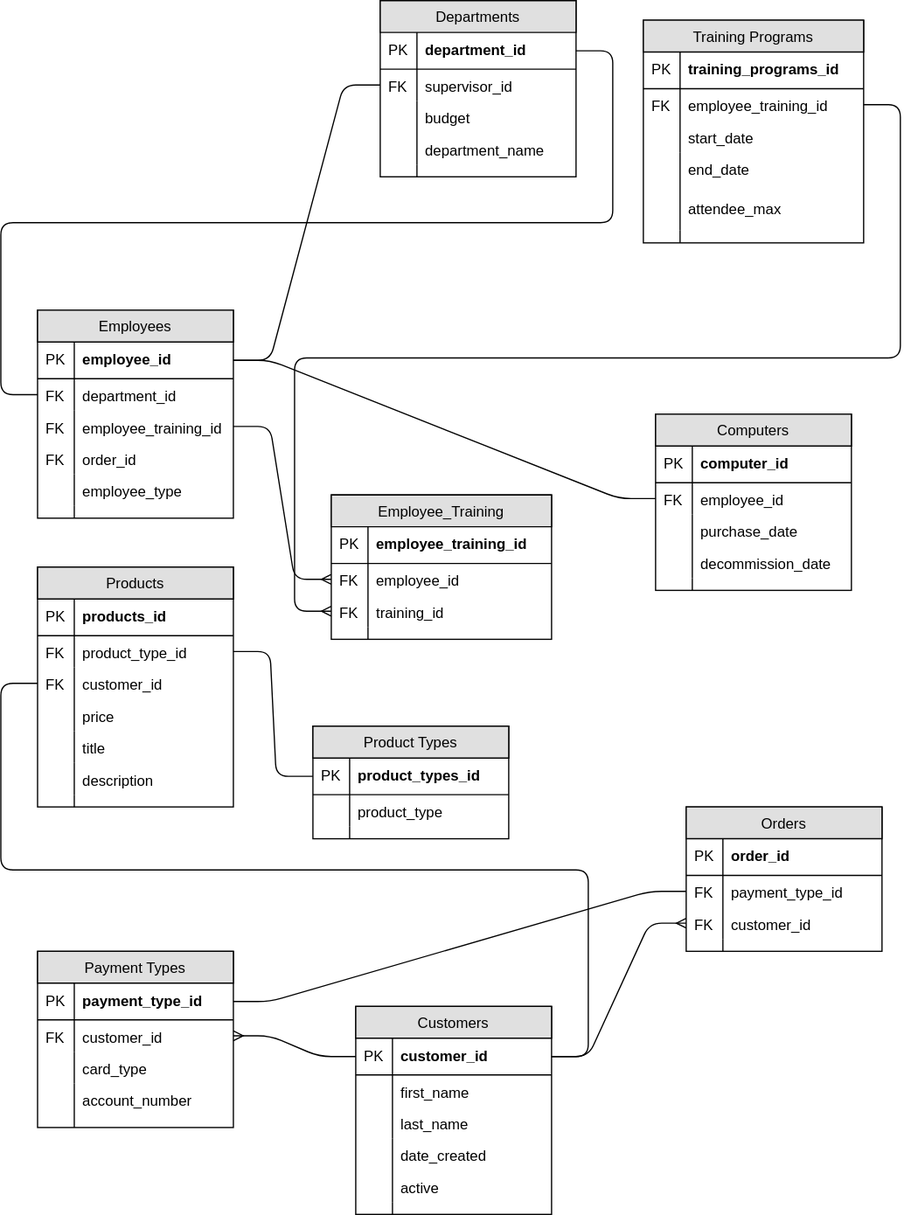
joshualloyd/bangazon-erd keeps this draw.io diagram as bangazon_erd.svg. Above is the earlier version. Source tidied: cells renumbered, new cells last; positions are measured from the earlier drawing's top-left corner, leaving out a move shared by most shapes.
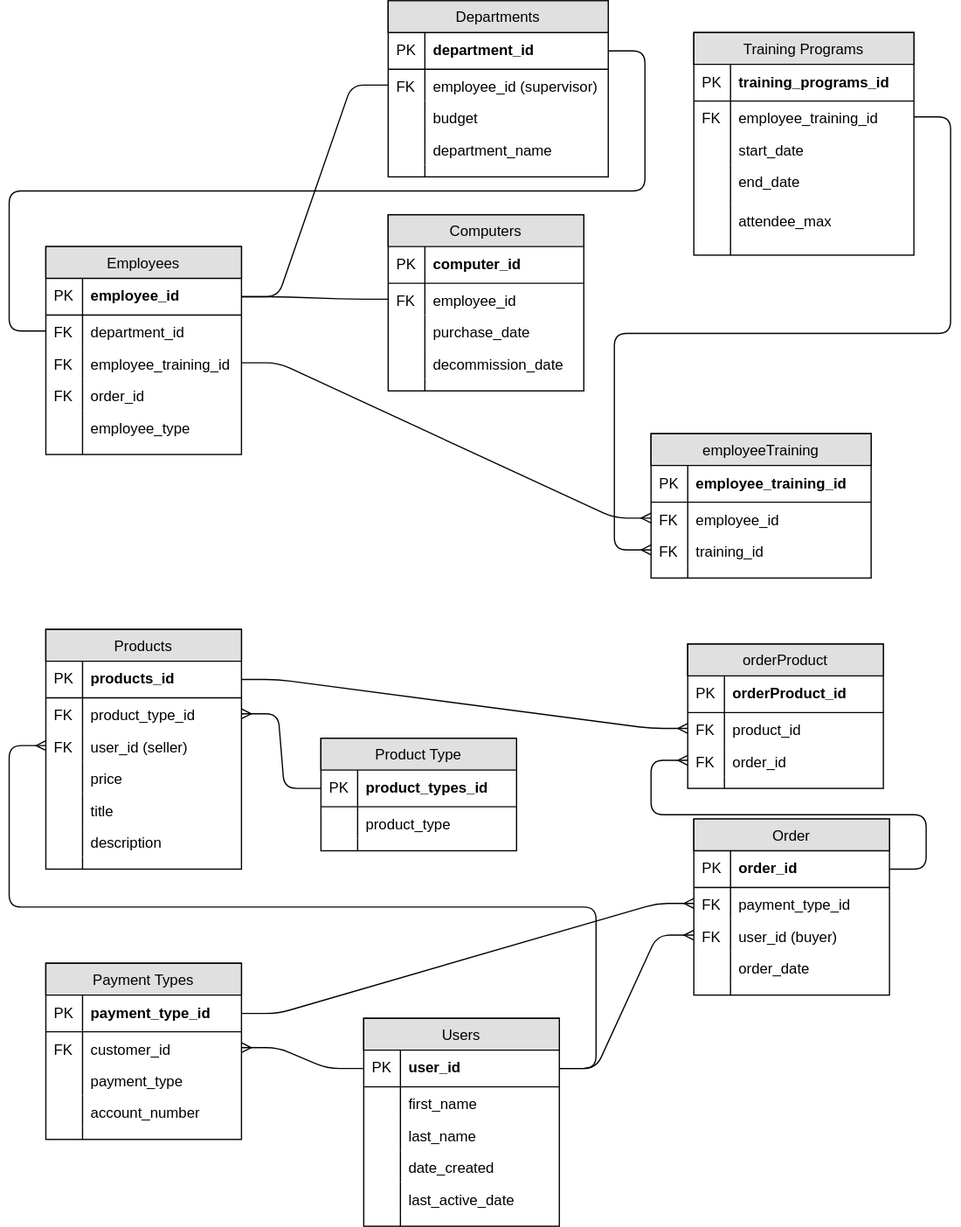
Above is the later version.

What changed in the source:
```diff
@@ -5,3 +5,3 @@
     <mxCell id="2" value="Employees" style="swimlane;fontStyle=0;horizontal=1;startSize=26;fillColor=#e0e0e0;swimlaneFillColor=#ffffff;align=center;strokeColor=#000000;" parent="1" vertex="1">
-      <mxGeometry y="253" width="160" height="170" as="geometry" />
+      <mxGeometry y="191" width="160" height="170" as="geometry" />
     </mxCell>
@@ -44,6 +44,6 @@
     <mxCell id="15" value="Departments" style="swimlane;fontStyle=0;horizontal=1;startSize=26;fillColor=#e0e0e0;swimlaneFillColor=#ffffff;align=center;strokeColor=#000000;" parent="1" vertex="1">
-      <mxGeometry x="280" width="160" height="144" as="geometry" />
+      <mxGeometry x="280" y="-10" width="180" height="144" as="geometry" />
     </mxCell>
     <mxCell id="16" value="department_id" style="shape=partialRectangle;top=0;left=0;right=0;bottom=1;align=left;verticalAlign=middle;fillColor=none;spacingLeft=34;spacingRight=4;overflow=hidden;points=[[0,0.5],[1,0.5]];portConstraint=eastwest;fontStyle=1;" parent="15" vertex="1">
-      <mxGeometry y="26" width="160" height="30" as="geometry" />
+      <mxGeometry y="26" width="180" height="30" as="geometry" />
     </mxCell>
@@ -52,4 +52,4 @@
     </mxCell>
-    <mxCell id="18" value="supervisor_id" style="shape=partialRectangle;top=0;left=0;right=0;bottom=0;align=left;verticalAlign=top;fillColor=none;spacingLeft=34;spacingRight=4;overflow=hidden;points=[[0,0.5],[1,0.5]];portConstraint=eastwest;" parent="15" vertex="1">
-      <mxGeometry y="56" width="160" height="26" as="geometry" />
+    <mxCell id="18" value="employee_id (supervisor)" style="shape=partialRectangle;top=0;left=0;right=0;bottom=0;align=left;verticalAlign=top;fillColor=none;spacingLeft=34;spacingRight=4;overflow=hidden;points=[[0,0.5],[1,0.5]];portConstraint=eastwest;" parent="15" vertex="1">
+      <mxGeometry y="56" width="180" height="26" as="geometry" />
     </mxCell>
@@ -59,3 +59,3 @@
     <mxCell id="20" value="budget" style="shape=partialRectangle;top=0;left=0;right=0;bottom=0;align=left;verticalAlign=top;fillColor=none;spacingLeft=34;spacingRight=4;overflow=hidden;" parent="15" vertex="1">
-      <mxGeometry y="82" width="160" height="26" as="geometry" />
+      <mxGeometry y="82" width="180" height="26" as="geometry" />
     </mxCell>
@@ -65,3 +65,3 @@
     <mxCell id="22" value="department_name" style="shape=partialRectangle;top=0;left=0;right=0;bottom=0;align=left;verticalAlign=top;fillColor=none;spacingLeft=34;spacingRight=4;overflow=hidden;" parent="15" vertex="1">
-      <mxGeometry y="108" width="160" height="26" as="geometry" />
+      <mxGeometry y="108" width="180" height="26" as="geometry" />
     </mxCell>
@@ -71,3 +71,3 @@
     <mxCell id="24" style="shape=partialRectangle;top=0;left=0;right=0;bottom=0;align=left;verticalAlign=top;fillColor=none;spacingLeft=34;spacingRight=4;overflow=hidden;" parent="15" vertex="1">
-      <mxGeometry y="134" width="160" height="10" as="geometry" />
+      <mxGeometry y="134" width="180" height="10" as="geometry" />
     </mxCell>
@@ -77,3 +77,3 @@
     <mxCell id="26" value="Computers" style="swimlane;fontStyle=0;horizontal=1;startSize=26;fillColor=#e0e0e0;swimlaneFillColor=#ffffff;align=center;strokeColor=#000000;" parent="1" vertex="1">
-      <mxGeometry x="505" y="338" width="160" height="144" as="geometry" />
+      <mxGeometry x="280" y="165" width="160" height="144" as="geometry" />
     </mxCell>
@@ -109,4 +109,4 @@
     </mxCell>
-    <mxCell id="37" value="Employee_Training" style="swimlane;fontStyle=0;horizontal=1;startSize=26;fillColor=#e0e0e0;swimlaneFillColor=#ffffff;align=center;strokeColor=#000000;" parent="1" vertex="1">
-      <mxGeometry x="240" y="404" width="180" height="118" as="geometry" />
+    <mxCell id="37" value="employeeTraining" style="swimlane;fontStyle=0;horizontal=1;startSize=26;fillColor=#e0e0e0;swimlaneFillColor=#ffffff;align=center;strokeColor=#000000;" parent="1" vertex="1">
+      <mxGeometry x="495" y="344" width="180" height="118" as="geometry" />
     </mxCell>
@@ -136,3 +136,3 @@
     </mxCell>
-    <mxCell id="46" value="Product Types" style="swimlane;fontStyle=0;horizontal=1;startSize=26;fillColor=#e0e0e0;swimlaneFillColor=#ffffff;align=center;strokeColor=#000000;" parent="1" vertex="1">
+    <mxCell id="46" value="Product Type" style="swimlane;fontStyle=0;horizontal=1;startSize=26;fillColor=#e0e0e0;swimlaneFillColor=#ffffff;align=center;strokeColor=#000000;" parent="1" vertex="1">
       <mxGeometry x="225" y="593" width="160" height="92" as="geometry" />
@@ -158,3 +158,3 @@
     <mxCell id="53" value="Products" style="swimlane;fontStyle=0;horizontal=1;startSize=26;fillColor=#e0e0e0;swimlaneFillColor=#ffffff;align=center;strokeColor=#000000;" parent="1" vertex="1">
-      <mxGeometry y="463" width="160" height="196" as="geometry" />
+      <mxGeometry y="504" width="160" height="196" as="geometry" />
     </mxCell>
@@ -172,3 +172,3 @@
     </mxCell>
-    <mxCell id="58" value="customer_id" style="shape=partialRectangle;top=0;left=0;right=0;bottom=0;align=left;verticalAlign=top;fillColor=none;spacingLeft=34;spacingRight=4;overflow=hidden;points=[[0,0.5],[1,0.5]];portConstraint=eastwest;" parent="53" vertex="1">
+    <mxCell id="58" value="user_id (seller)" style="shape=partialRectangle;top=0;left=0;right=0;bottom=0;align=left;verticalAlign=top;fillColor=none;spacingLeft=34;spacingRight=4;overflow=hidden;points=[[0,0.5],[1,0.5]];portConstraint=eastwest;" parent="53" vertex="1">
       <mxGeometry y="82" width="160" height="26" as="geometry" />
@@ -217,3 +217,3 @@
     </mxCell>
-    <mxCell id="73" value="card_type" style="shape=partialRectangle;top=0;left=0;right=0;bottom=0;align=left;verticalAlign=top;fillColor=none;spacingLeft=34;spacingRight=4;overflow=hidden;" parent="68" vertex="1">
+    <mxCell id="73" value="payment_type" style="shape=partialRectangle;top=0;left=0;right=0;bottom=0;align=left;verticalAlign=top;fillColor=none;spacingLeft=34;spacingRight=4;overflow=hidden;" parent="68" vertex="1">
       <mxGeometry y="82" width="160" height="26" as="geometry" />
@@ -235,6 +235,6 @@
     </mxCell>
-    <mxCell id="79" value="Customers" style="swimlane;fontStyle=0;horizontal=1;startSize=26;fillColor=#e0e0e0;swimlaneFillColor=#ffffff;align=center;strokeColor=#000000;" parent="1" vertex="1">
+    <mxCell id="79" value="Users" style="swimlane;fontStyle=0;horizontal=1;startSize=26;fillColor=#e0e0e0;swimlaneFillColor=#ffffff;align=center;strokeColor=#000000;" parent="1" vertex="1">
       <mxGeometry x="260" y="822" width="160" height="170" as="geometry" />
     </mxCell>
-    <mxCell id="80" value="customer_id" style="shape=partialRectangle;top=0;left=0;right=0;bottom=1;align=left;verticalAlign=middle;fillColor=none;spacingLeft=34;spacingRight=4;overflow=hidden;points=[[0,0.5],[1,0.5]];portConstraint=eastwest;fontStyle=1;" parent="79" vertex="1">
+    <mxCell id="80" value="user_id" style="shape=partialRectangle;top=0;left=0;right=0;bottom=1;align=left;verticalAlign=middle;fillColor=none;spacingLeft=34;spacingRight=4;overflow=hidden;points=[[0,0.5],[1,0.5]];portConstraint=eastwest;fontStyle=1;" parent="79" vertex="1">
       <mxGeometry y="26" width="160" height="30" as="geometry" />
@@ -262,3 +262,3 @@
     </mxCell>
-    <mxCell id="88" value="active" style="shape=partialRectangle;top=0;left=0;right=0;bottom=0;align=left;verticalAlign=top;fillColor=none;spacingLeft=34;spacingRight=4;overflow=hidden;" parent="79" vertex="1">
+    <mxCell id="88" value="last_active_date" style="shape=partialRectangle;top=0;left=0;right=0;bottom=0;align=left;verticalAlign=top;fillColor=none;spacingLeft=34;spacingRight=4;overflow=hidden;" parent="79" vertex="1">
       <mxGeometry y="134" width="160" height="26" as="geometry" />
@@ -275,3 +275,3 @@
     <mxCell id="92" value="Training Programs" style="swimlane;fontStyle=0;horizontal=1;startSize=26;fillColor=#e0e0e0;swimlaneFillColor=#ffffff;align=center;strokeColor=#000000;" parent="1" vertex="1">
-      <mxGeometry x="495" y="16" width="180" height="182" as="geometry" />
+      <mxGeometry x="530" y="16" width="180" height="182" as="geometry" />
     </mxCell>
@@ -313,4 +313,4 @@
     </mxCell>
-    <mxCell id="105" value="Orders" style="swimlane;fontStyle=0;horizontal=1;startSize=26;fillColor=#e0e0e0;swimlaneFillColor=#ffffff;align=center;strokeColor=#000000;" parent="1" vertex="1">
-      <mxGeometry x="530" y="659" width="160" height="118" as="geometry" />
+    <mxCell id="105" value="Order" style="swimlane;fontStyle=0;horizontal=1;startSize=26;fillColor=#e0e0e0;swimlaneFillColor=#ffffff;align=center;strokeColor=#000000;" parent="1" vertex="1">
+      <mxGeometry x="530" y="659" width="160" height="144" as="geometry" />
     </mxCell>
@@ -328,3 +328,3 @@
     </mxCell>
-    <mxCell id="110" value="customer_id" style="shape=partialRectangle;top=0;left=0;right=0;bottom=0;align=left;verticalAlign=top;fillColor=none;spacingLeft=34;spacingRight=4;overflow=hidden;points=[[0,0.5],[1,0.5]];portConstraint=eastwest;" parent="105" vertex="1">
+    <mxCell id="110" value="user_id (buyer)" style="shape=partialRectangle;top=0;left=0;right=0;bottom=0;align=left;verticalAlign=top;fillColor=none;spacingLeft=34;spacingRight=4;overflow=hidden;points=[[0,0.5],[1,0.5]];portConstraint=eastwest;" parent="105" vertex="1">
       <mxGeometry y="82" width="160" height="26" as="geometry" />
@@ -334,4 +334,10 @@
     </mxCell>
+    <mxCell id="124" value="order_date" style="shape=partialRectangle;top=0;left=0;right=0;bottom=0;align=left;verticalAlign=top;fillColor=none;spacingLeft=34;spacingRight=4;overflow=hidden;" parent="105" vertex="1">
+      <mxGeometry y="108" width="160" height="26" as="geometry" />
+    </mxCell>
+    <mxCell id="125" style="shape=partialRectangle;top=0;left=0;bottom=0;fillColor=none;align=left;verticalAlign=top;spacingLeft=4;spacingRight=4;overflow=hidden;" parent="124" vertex="1">
+      <mxGeometry width="30" height="26" as="geometry" />
+    </mxCell>
     <mxCell id="112" style="shape=partialRectangle;top=0;left=0;right=0;bottom=0;align=left;verticalAlign=top;fillColor=none;spacingLeft=34;spacingRight=4;overflow=hidden;" parent="105" vertex="1">
-      <mxGeometry y="108" width="160" height="10" as="geometry" />
+      <mxGeometry y="134" width="160" height="10" as="geometry" />
     </mxCell>
@@ -361,11 +367,44 @@
     </mxCell>
-    <mxCell id="121" style="edgeStyle=entityRelationEdgeStyle;html=1;endArrow=none;endFill=0;strokeColor=#000000;entryX=0;entryY=0.5;exitX=1;exitY=0.5;" parent="1" edge="1" source="69" target="108">
+    <mxCell id="121" style="edgeStyle=entityRelationEdgeStyle;html=1;endArrow=ERmany;endFill=0;strokeColor=#000000;entryX=0;entryY=0.5;exitX=1;exitY=0.5;" parent="1" edge="1" source="69" target="108">
       <mxGeometry relative="1" as="geometry" />
     </mxCell>
-    <mxCell id="122" style="edgeStyle=entityRelationEdgeStyle;html=1;endArrow=none;startArrow=none;strokeColor=#000000;entryX=0;entryY=0.5;exitX=1;exitY=0.5;startFill=0;endFill=0;" parent="1" edge="1" source="56" target="47">
+    <mxCell id="122" style="edgeStyle=entityRelationEdgeStyle;html=1;endArrow=none;startArrow=ERmany;strokeColor=#000000;entryX=0;entryY=0.5;exitX=1;exitY=0.5;startFill=0;endFill=0;" parent="1" edge="1" source="56" target="47">
       <mxGeometry relative="1" as="geometry" />
     </mxCell>
-    <mxCell id="123" style="edgeStyle=entityRelationEdgeStyle;html=1;endArrow=none;startArrow=none;strokeColor=#000000;endFill=0;startFill=0;entryX=0;entryY=0.5;exitX=1;exitY=0.5;" parent="1" edge="1" source="80" target="58">
+    <mxCell id="123" style="edgeStyle=entityRelationEdgeStyle;html=1;endArrow=ERmany;startArrow=none;strokeColor=#000000;endFill=0;startFill=0;entryX=0;entryY=0.5;exitX=1;exitY=0.5;" parent="1" edge="1" source="80" target="58">
       <mxGeometry relative="1" as="geometry" />
     </mxCell>
+    <mxCell id="126" value="orderProduct" style="swimlane;fontStyle=0;horizontal=1;startSize=26;fillColor=#e0e0e0;swimlaneFillColor=#ffffff;align=center;strokeColor=#000000;" parent="1" vertex="1">
+      <mxGeometry x="525" y="516" width="160" height="118" as="geometry" />
+    </mxCell>
+    <mxCell id="127" value="orderProduct_id" style="shape=partialRectangle;top=0;left=0;right=0;bottom=1;align=left;verticalAlign=middle;fillColor=none;spacingLeft=34;spacingRight=4;overflow=hidden;fontStyle=1;" parent="126" vertex="1">
+      <mxGeometry y="26" width="160" height="30" as="geometry" />
+    </mxCell>
+    <mxCell id="128" value="PK" style="shape=partialRectangle;top=0;left=0;bottom=0;fillColor=none;align=left;verticalAlign=middle;spacingLeft=4;spacingRight=4;overflow=hidden;" parent="127" vertex="1">
+      <mxGeometry width="30" height="30" as="geometry" />
+    </mxCell>
+    <mxCell id="129" value="product_id" style="shape=partialRectangle;top=0;left=0;right=0;bottom=0;align=left;verticalAlign=top;fillColor=none;spacingLeft=34;spacingRight=4;overflow=hidden;points=[[0,0.5],[1,0.5]];portConstraint=eastwest;" parent="126" vertex="1">
+      <mxGeometry y="56" width="160" height="26" as="geometry" />
+    </mxCell>
+    <mxCell id="130" value="FK" style="shape=partialRectangle;top=0;left=0;bottom=0;fillColor=none;align=left;verticalAlign=top;spacingLeft=4;spacingRight=4;overflow=hidden;" parent="129" vertex="1">
+      <mxGeometry width="30" height="26" as="geometry" />
+    </mxCell>
+    <mxCell id="131" value="order_id" style="shape=partialRectangle;top=0;left=0;right=0;bottom=0;align=left;verticalAlign=top;fillColor=none;spacingLeft=34;spacingRight=4;overflow=hidden;points=[[0,0.5],[1,0.5]];portConstraint=eastwest;" parent="126" vertex="1">
+      <mxGeometry y="82" width="160" height="26" as="geometry" />
+    </mxCell>
+    <mxCell id="132" value="FK" style="shape=partialRectangle;top=0;left=0;bottom=0;fillColor=none;align=left;verticalAlign=top;spacingLeft=4;spacingRight=4;overflow=hidden;" parent="131" vertex="1">
+      <mxGeometry width="30" height="26" as="geometry" />
+    </mxCell>
+    <mxCell id="133" style="shape=partialRectangle;top=0;left=0;right=0;bottom=0;align=left;verticalAlign=top;fillColor=none;spacingLeft=34;spacingRight=4;overflow=hidden;" parent="126" vertex="1">
+      <mxGeometry y="108" width="160" height="10" as="geometry" />
+    </mxCell>
+    <mxCell id="134" style="shape=partialRectangle;top=0;left=0;bottom=0;fillColor=none;align=left;verticalAlign=top;spacingLeft=4;spacingRight=4;overflow=hidden;" parent="133" vertex="1">
+      <mxGeometry width="30" height="10" as="geometry" />
+    </mxCell>
+    <mxCell id="135" style="edgeStyle=entityRelationEdgeStyle;html=1;endArrow=ERmany;startArrow=none;strokeColor=#000000;entryX=0;entryY=0.5;exitX=1;exitY=0.5;startFill=0;endFill=0;" parent="1" edge="1" source="54" target="129">
+      <mxGeometry relative="1" as="geometry" />
+    </mxCell>
+    <mxCell id="136" style="edgeStyle=entityRelationEdgeStyle;html=1;endArrow=ERmany;startArrow=none;strokeColor=#000000;entryX=0;entryY=0.5;exitX=1;exitY=0.5;endFill=0;startFill=0;" parent="1" edge="1" source="106" target="131">
+      <mxGeometry relative="1" as="geometry" />
+    </mxCell>
   </root>
```
